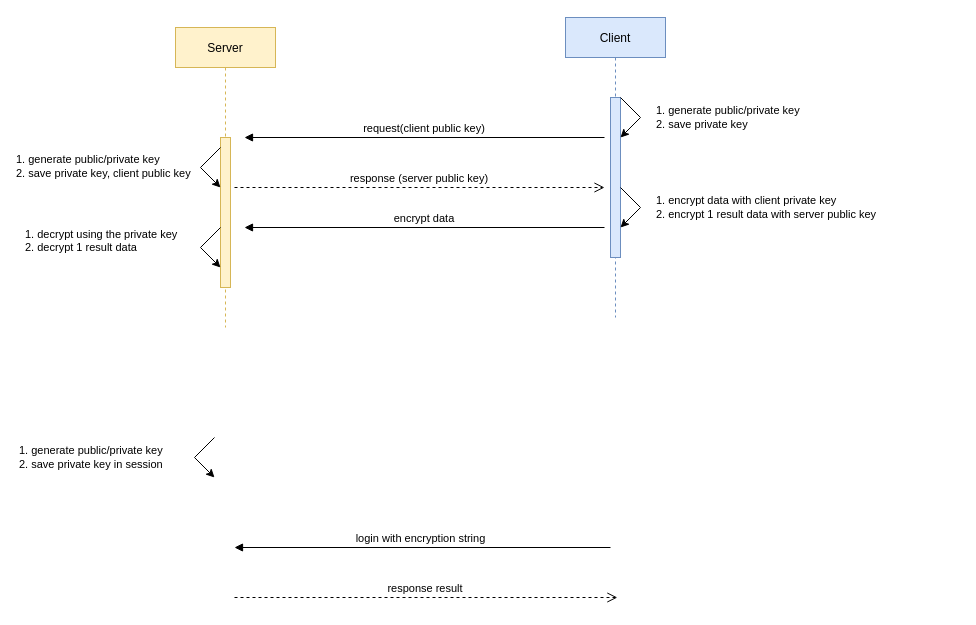
This is RSA double encrypt.drawio from donghyeok-dev/demo, a draw.io file, before an edit. Source tidied: cells renumbered, new cells numbered last; positions are measured from the earlier drawing's top-left corner, leaving out a move shared by most shapes. Both pictures are drawn from the tidied source at 100%, with x=0, y=0 at pixel (175, 17).
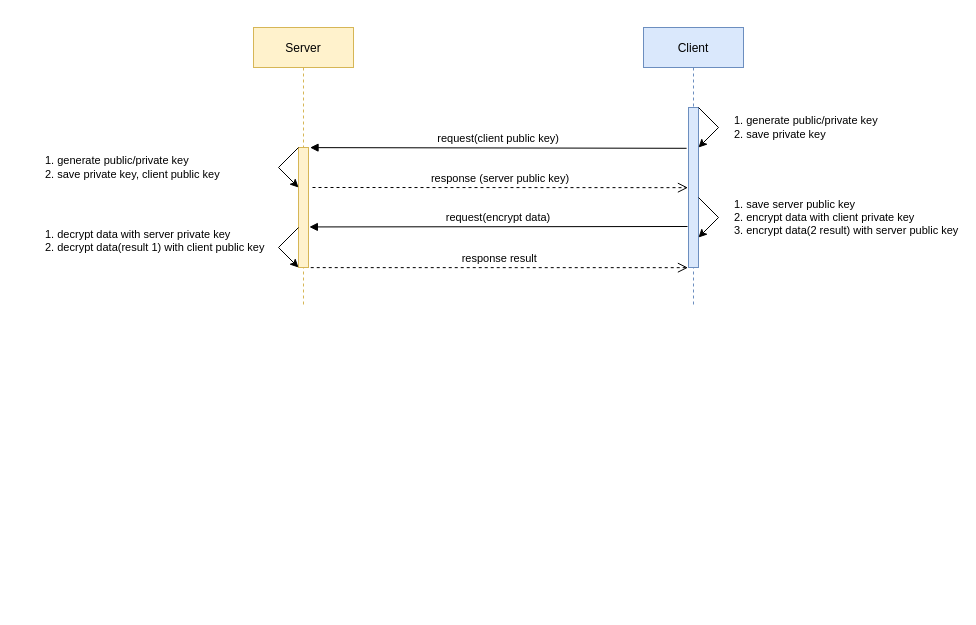
The same page after the edit.

The change refers to these unchanged cells:
```xml
<mxCell id="7" style="points=[];perimeter=orthogonalPerimeter;rounded=0;shadow=0;strokeWidth=1;fillColor=#dae8fc;strokeColor=#6c8ebf;" parent="6" vertex="1">
  <mxGeometry x="45" y="80" width="10" height="160" as="geometry" />
</mxCell>
```

Change to the diagram source:
```diff
@@
     <mxCell id="2" value="Server" style="shape=umlLifeline;perimeter=lifelinePerimeter;rounded=0;shadow=0;strokeWidth=1;labelBackgroundColor=none;fillColor=#fff2cc;strokeColor=#d6b656;" parent="1" vertex="1">
-      <mxGeometry y="10" width="100" height="300" as="geometry" />
+      <mxGeometry x="78" y="10" width="100" height="280" as="geometry" />
     </mxCell>
     <mxCell id="3" style="points=[];perimeter=orthogonalPerimeter;rounded=0;shadow=0;strokeWidth=1;fillColor=#fff2cc;strokeColor=#d6b656;" parent="2" vertex="1">
-      <mxGeometry x="45" y="110" width="10" height="150" as="geometry" />
+      <mxGeometry x="45" y="120" width="10" height="120" as="geometry" />
     </mxCell>
-    <mxCell id="4" value="1. decrypt using the private key&lt;br&gt;2. decrypt 1 result data&amp;nbsp;&lt;br&gt;&amp;nbsp;" style="endArrow=classic;html=1;rounded=0;align=left;" parent="2" edge="1">
-      <mxGeometry y="-176" relative="1" as="geometry">
+    <mxCell id="4" value="1. decrypt data with server private key&lt;br&gt;2. decrypt data(result 1) with client public key&amp;nbsp;&lt;br&gt;&amp;nbsp;" style="endArrow=classic;html=1;rounded=0;align=left;" parent="2" edge="1">
+      <mxGeometry y="-234" relative="1" as="geometry">
         <mxPoint x="45" y="200" as="sourcePoint" />
         <mxPoint x="45" y="240" as="targetPoint" />
         <Array as="points">
           <mxPoint x="25" y="220" />
         </Array>
-        <mxPoint x="-52" y="-124" as="offset" />
+        <mxPoint x="-69" y="-165" as="offset" />
       </mxGeometry>
     </mxCell>
     <mxCell id="5" value="1. generate&amp;nbsp;public/private key&lt;br&gt;2. save private key, client public key" style="endArrow=classic;html=1;rounded=0;align=left;" parent="2" edge="1">
-      <mxGeometry y="-186" relative="1" as="geometry">
+      <mxGeometry y="-234" relative="1" as="geometry">
         <mxPoint x="45" y="120" as="sourcePoint" />
         <mxPoint x="45" y="160" as="targetPoint" />
         <Array as="points">
           <mxPoint x="25" y="140" />
         </Array>
-        <mxPoint x="-54" y="-132" as="offset" />
+        <mxPoint x="-69" y="-165" as="offset" />
       </mxGeometry>
     </mxCell>
     <mxCell id="6" value="Client" style="shape=umlLifeline;perimeter=lifelinePerimeter;rounded=0;shadow=0;strokeWidth=1;fillColor=#dae8fc;strokeColor=#6c8ebf;" parent="1" vertex="1">
-      <mxGeometry x="390" width="100" height="300" as="geometry" />
+      <mxGeometry x="468" y="10" width="100" height="280" as="geometry" />
     </mxCell>
@@
-    <mxCell id="8" value="1. encrypt data with client private key&lt;br&gt;2. encrypt 1 result data with server public key" style="endArrow=classic;html=1;rounded=0;align=left;" parent="6" edge="1">
+    <mxCell id="8" value="1. save server public key&lt;br&gt;2. encrypt data with client private key&lt;br&gt;3. encrypt data(2 result) with server public key" style="endArrow=classic;html=1;rounded=0;align=left;" parent="6" edge="1">
       <mxGeometry y="14" relative="1" as="geometry">
         <mxPoint x="55" y="170" as="sourcePoint" />
         <mxPoint x="55" y="210" as="targetPoint" />
         <Array as="points">
           <mxPoint x="75" y="190" />
         </Array>
         <mxPoint x="4" y="-10" as="offset" />
       </mxGeometry>
     </mxCell>
@@
-    <mxCell id="10" value="request(client public key)" style="verticalAlign=bottom;endArrow=block;shadow=0;strokeWidth=1;" parent="1" edge="1">
-      <mxGeometry relative="1" as="geometry">
-        <mxPoint x="429" y="120" as="sourcePoint" />
-        <mxPoint x="69" y="120" as="targetPoint" />
-      </mxGeometry>
+    <mxCell id="10" value="request(client public key)" style="verticalAlign=bottom;endArrow=block;shadow=0;strokeWidth=1;entryX=1.155;entryY=0.001;entryDx=0;entryDy=0;entryPerimeter=0;exitX=-0.19;exitY=0.255;exitDx=0;exitDy=0;exitPerimeter=0;" parent="1" edge="1" source="7" target="3">
+      <mxGeometry relative="1" as="geometry" />
     </mxCell>
-    <mxCell id="11" value="response (server public key)" style="verticalAlign=bottom;endArrow=open;dashed=1;endSize=8;shadow=0;strokeWidth=1;" parent="1" edge="1">
+    <mxCell id="11" value="response (server public key)" style="verticalAlign=bottom;endArrow=open;dashed=1;endSize=8;shadow=0;strokeWidth=1;entryX=-0.052;entryY=0.501;entryDx=0;entryDy=0;entryPerimeter=0;" parent="1" edge="1" target="7">
       <mxGeometry relative="1" as="geometry">
-        <mxPoint x="59" y="170" as="sourcePoint" />
-        <mxPoint x="429" y="170" as="targetPoint" />
+        <mxPoint x="137" y="170" as="sourcePoint" />
       </mxGeometry>
     </mxCell>
-    <mxCell id="12" value="login with encryption string " style="verticalAlign=bottom;endArrow=block;entryX=1.4;entryY=0.013;shadow=0;strokeWidth=1;entryDx=0;entryDy=0;entryPerimeter=0;" parent="1" edge="1">
-      <mxGeometry relative="1" as="geometry">
-        <mxPoint x="435" y="530" as="sourcePoint" />
-        <mxPoint x="59" y="530" as="targetPoint" />
-      </mxGeometry>
-    </mxCell>
+    <mxCell id="15" value="request(encrypt data)" style="verticalAlign=bottom;endArrow=block;shadow=0;strokeWidth=1;entryX=1.086;entryY=0.662;entryDx=0;entryDy=0;entryPerimeter=0;" parent="1" edge="1" target="3">
+      <mxGeometry relative="1" as="geometry">
+        <mxPoint x="512" y="209" as="sourcePoint" />
+      </mxGeometry>
+    </mxCell>
-    <mxCell id="13" value="response result" style="verticalAlign=bottom;endArrow=open;dashed=1;endSize=8;shadow=0;strokeWidth=1;exitX=1.162;exitY=0.256;exitDx=0;exitDy=0;exitPerimeter=0;" parent="1" edge="1">
-      <mxGeometry relative="1" as="geometry">
-        <mxPoint x="59" y="580" as="sourcePoint" />
-        <mxPoint x="441.9" y="580" as="targetPoint" />
-      </mxGeometry>
+    <mxCell id="13" value="response result" style="verticalAlign=bottom;endArrow=open;dashed=1;endSize=8;shadow=0;strokeWidth=1;exitX=1.224;exitY=1.001;exitDx=0;exitDy=0;exitPerimeter=0;entryX=-0.052;entryY=1.001;entryDx=0;entryDy=0;entryPerimeter=0;" parent="1" edge="1" source="3" target="7">
+      <mxGeometry relative="1" as="geometry" />
     </mxCell>
-    <mxCell id="14" value="1. generate&amp;nbsp;public/private key&lt;br&gt;2. save private key in session" style="endArrow=classic;html=1;rounded=0;align=left;" parent="1" edge="1">
-      <mxGeometry y="-176" relative="1" as="geometry">
-        <mxPoint x="39" y="420" as="sourcePoint" />
-        <mxPoint x="39" y="460" as="targetPoint" />
-        <Array as="points">
-          <mxPoint x="19" y="440" />
-        </Array>
-        <mxPoint x="-52" y="-124" as="offset" />
-      </mxGeometry>
-    </mxCell>
-    <mxCell id="15" value="encrypt data" style="verticalAlign=bottom;endArrow=block;shadow=0;strokeWidth=1;" parent="1" edge="1">
-      <mxGeometry relative="1" as="geometry">
-        <mxPoint x="429" y="210" as="sourcePoint" />
-        <mxPoint x="69" y="210" as="targetPoint" />
-      </mxGeometry>
-    </mxCell>
```
